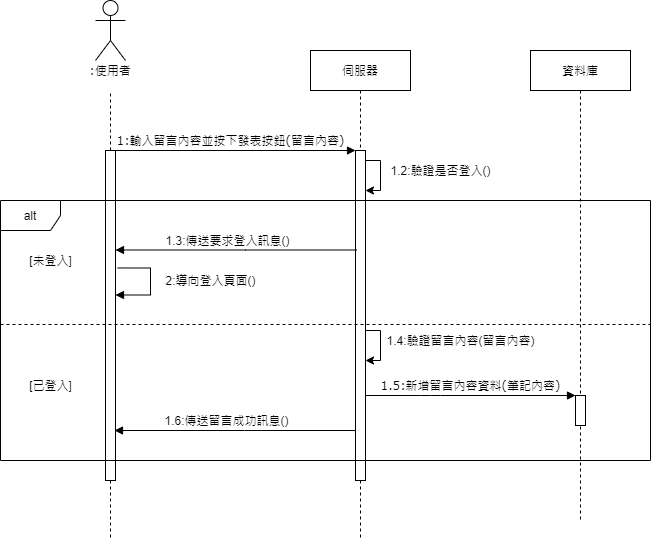
Above: src/main/uml/message-2.png in 10746010/Plearnet-back-end (draw.io), before the change. Source tidied: cells renumbered, new cells last; positions are measured from the earlier drawing's top-left corner, leaving out a move shared by most shapes.
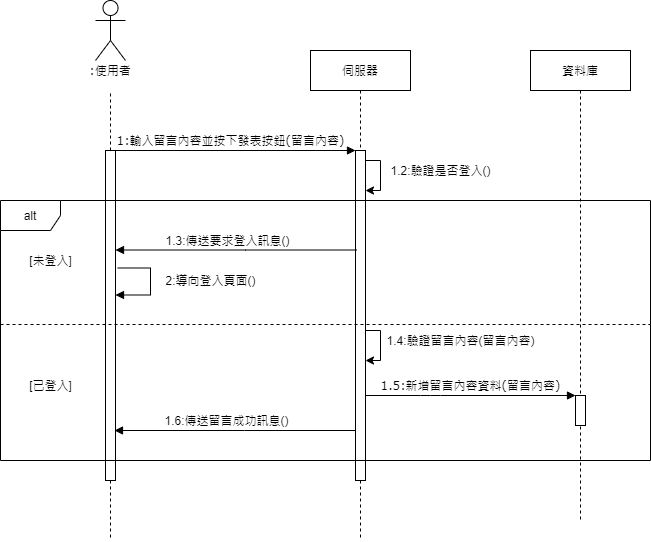
After the change.

Commit message:
update message Sequence Diagram

What changed in the source:
```diff
@@ -31,7 +31,7 @@
     <mxCell id="9" value="1:輸入留言內容並按下發表按鈕(留言內容)" style="html=1;verticalAlign=bottom;endArrow=block;entryX=0;entryY=0;labelBackgroundColor=none;fontFamily=Verdana;fontSize=12;edgeStyle=elbowEdgeStyle;elbow=vertical;" parent="1" edge="1" source="8" target="3">
       <mxGeometry x="-0.04" relative="1" as="geometry" />
     </mxCell>
-    <mxCell id="10" value="1.5:新增留言內容資料(筆記內容)" style="html=1;verticalAlign=bottom;endArrow=block;entryX=0;entryY=0;labelBackgroundColor=none;fontFamily=Verdana;fontSize=12;edgeStyle=elbowEdgeStyle;elbow=vertical;" parent="1" edge="1" target="6">
+    <mxCell id="10" value="1.5:新增留言內容資料(留言內容)" style="html=1;verticalAlign=bottom;endArrow=block;entryX=0;entryY=0;labelBackgroundColor=none;fontFamily=Verdana;fontSize=12;edgeStyle=elbowEdgeStyle;elbow=vertical;" parent="1" edge="1" target="6">
       <mxGeometry relative="1" as="geometry">
         <mxPoint x="365" y="395" as="sourcePoint" />
         <Array as="points">
```
